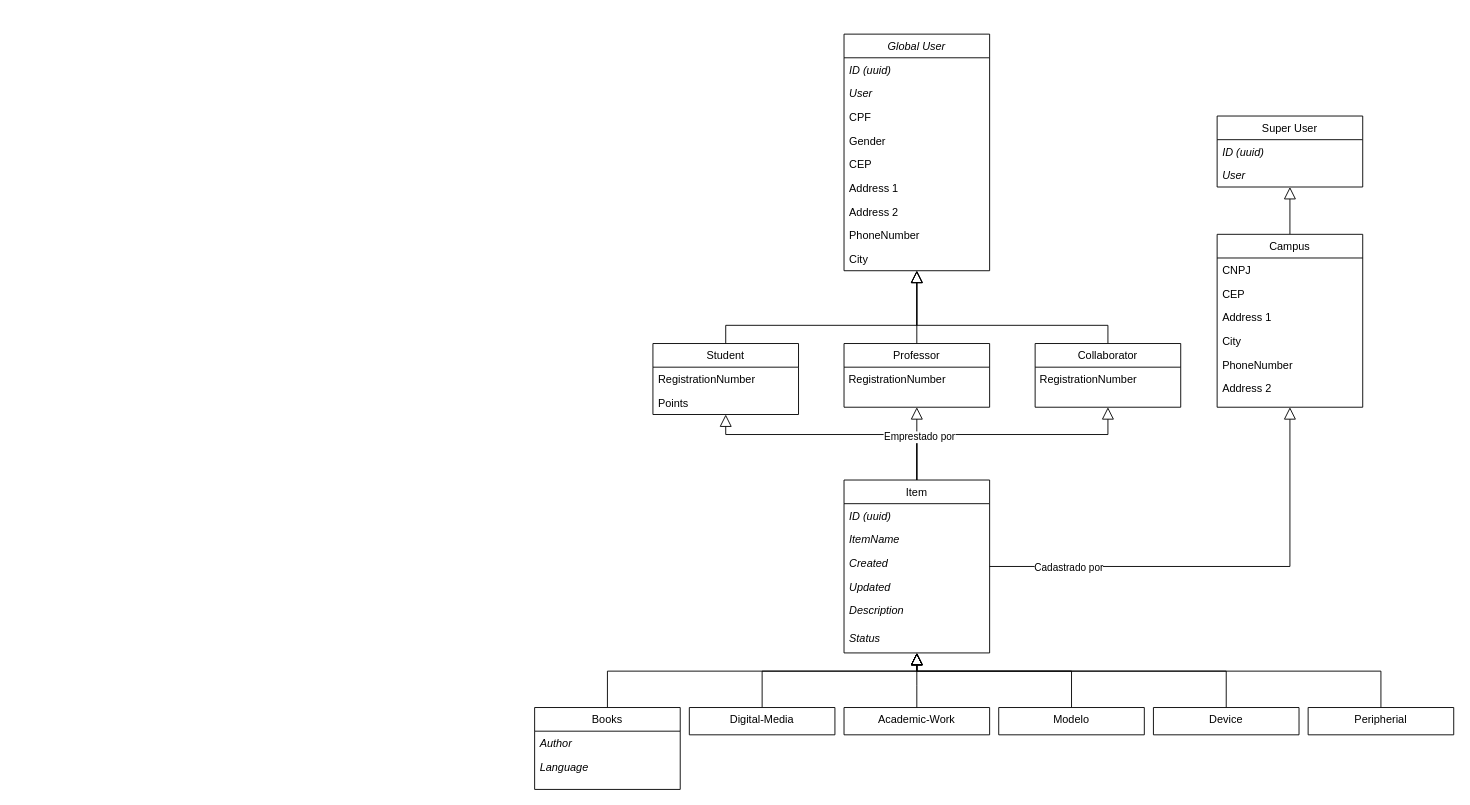
Above: Empresta_S.drawio in anthonphax/EngSoft2021 (draw.io), before the change. Source tidied: cells renumbered, new cells numbered last; positions are measured from the earlier drawing's top-left corner, leaving out a move shared by most shapes. Both pictures are drawn from the tidied source at 91%, with x=0, y=0 at pixel (534, 34).
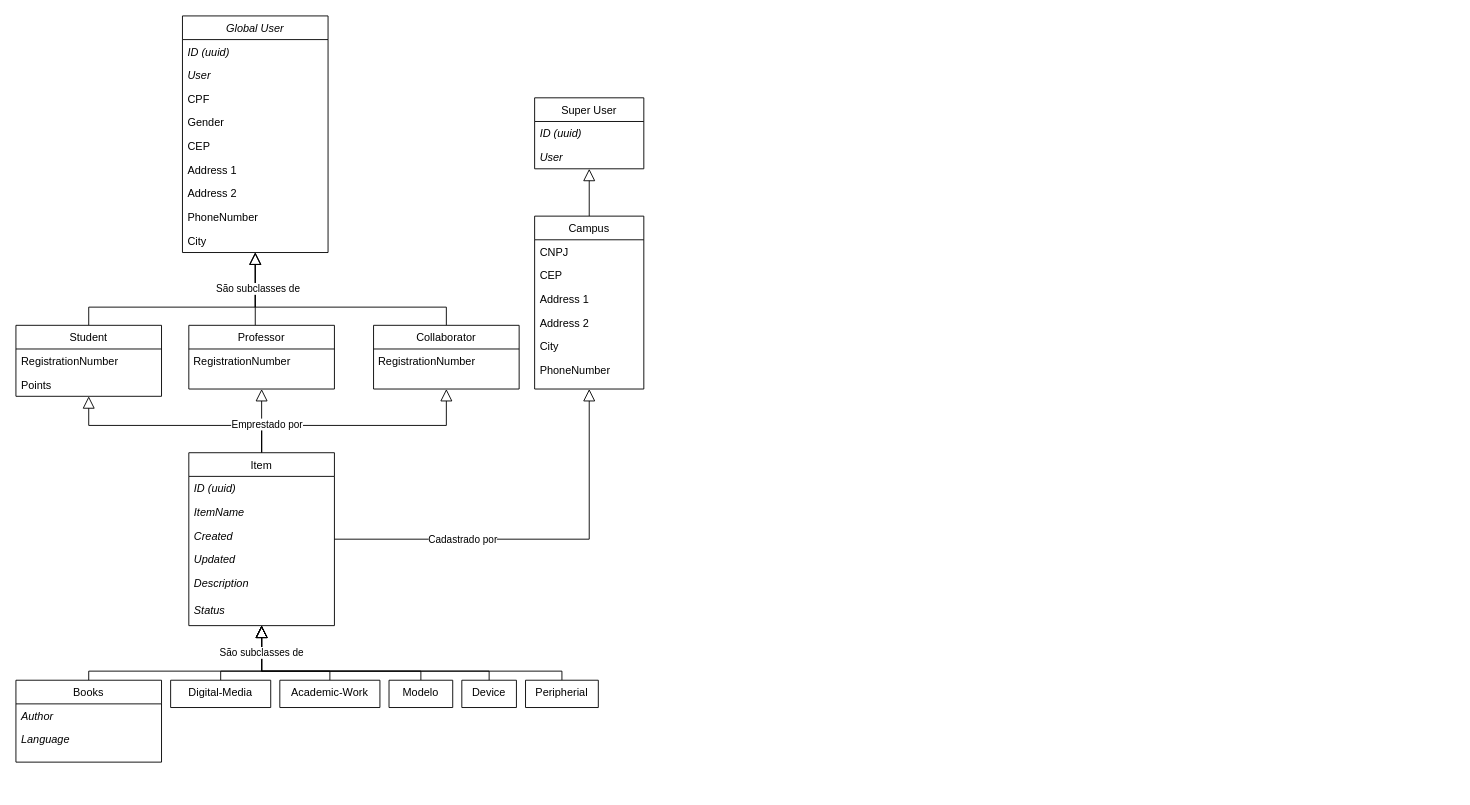
Above is the later version.

The change refers to these unchanged cells:
```xml
<mxCell id="34" style="edgeStyle=orthogonalEdgeStyle;rounded=0;jettySize=auto;html=1;entryX=0.5;entryY=1;entryDx=0;entryDy=0;startArrow=none;startFill=0;endArrow=block;endFill=0;startSize=0;endSize=11;strokeWidth=1;" parent="1" edge="1" source="36" target="23">
  <mxGeometry relative="1" as="geometry" />
</mxCell>
```

Change to the diagram source:
```diff
@@
+    <mxCell id="60" style="edgeStyle=orthogonalEdgeStyle;rounded=0;jettySize=auto;html=1;startArrow=none;startFill=0;endArrow=block;endFill=0;startSize=0;endSize=11;strokeWidth=1;" parent="1" edge="1" source="50" target="36">
+      <mxGeometry relative="1" as="geometry">
+        <Array as="points">
+          <mxPoint x="-225" y="700" />
+          <mxPoint x="-300" y="700" />
+        </Array>
+      </mxGeometry>
+    </mxCell>
+    <mxCell id="51" style="edgeStyle=orthogonalEdgeStyle;rounded=0;jettySize=auto;html=1;startArrow=none;startFill=0;endArrow=block;endFill=0;startSize=0;endSize=11;strokeWidth=1;" parent="1" edge="1" source="52" target="36">
+      <mxGeometry relative="1" as="geometry">
+        <Array as="points">
+          <mxPoint x="-125" y="700" />
+          <mxPoint x="-300" y="700" />
+        </Array>
+      </mxGeometry>
+    </mxCell>
+    <mxCell id="30" style="edgeStyle=orthogonalEdgeStyle;rounded=0;jettySize=auto;html=1;entryX=0.5;entryY=1;entryDx=0;entryDy=0;startArrow=none;startFill=0;endArrow=block;endFill=0;startSize=0;endSize=11;strokeWidth=1;" parent="1" edge="1" source="36" target="17">
+      <mxGeometry relative="1" as="geometry" />
+    </mxCell>
     <mxCell id="2" value="Global User" style="swimlane;fontStyle=2;align=center;verticalAlign=top;horizontal=1;startSize=26;rounded=0;shadow=0;strokeWidth=1;" parent="1" vertex="1">
-      <mxGeometry x="340" width="160" height="260" as="geometry" />
+      <mxGeometry x="-387" y="-20" width="160" height="260" as="geometry" />
     </mxCell>
@@
     <mxCell id="12" style="edgeStyle=orthogonalEdgeStyle;rounded=0;jettySize=auto;html=1;startArrow=none;startFill=0;endArrow=block;endFill=0;startSize=0;endSize=11;strokeWidth=1;" parent="1" edge="1" source="13">
       <mxGeometry relative="1" as="geometry">
-        <mxPoint x="420" y="260" as="targetPoint" />
+        <mxPoint x="-307" y="240" as="targetPoint" />
         <Array as="points">
-          <mxPoint x="210" y="320" />
-          <mxPoint x="420" y="320" />
+          <mxPoint x="-490" y="300" />
+          <mxPoint x="-307" y="300" />
         </Array>
       </mxGeometry>
     </mxCell>
     <mxCell id="13" value="Student" style="swimlane;fontStyle=0;align=center;verticalAlign=top;horizontal=1;startSize=26;rounded=0;shadow=0;strokeWidth=1;" parent="1" vertex="1">
-      <mxGeometry x="130" y="340" width="160" height="78" as="geometry" />
+      <mxGeometry x="-570" y="320" width="160" height="78" as="geometry" />
     </mxCell>
@@
     <mxCell id="16" style="edgeStyle=orthogonalEdgeStyle;rounded=0;jettySize=auto;html=1;entryX=0.5;entryY=1;entryDx=0;entryDy=0;startArrow=none;startFill=0;endArrow=block;endFill=0;startSize=0;endSize=11;strokeWidth=1;" parent="1" edge="1" source="17" target="2">
-      <mxGeometry relative="1" as="geometry" />
+      <mxGeometry relative="1" as="geometry">
+        <Array as="points">
+          <mxPoint x="-307" y="300" />
+          <mxPoint x="-307" y="300" />
+        </Array>
+      </mxGeometry>
     </mxCell>
     <mxCell id="17" value="Professor" style="swimlane;fontStyle=0;align=center;verticalAlign=top;horizontal=1;startSize=26;rounded=0;shadow=0;strokeWidth=1;" parent="1" vertex="1">
-      <mxGeometry x="340" y="340" width="160" height="70" as="geometry" />
+      <mxGeometry x="-380" y="320" width="160" height="70" as="geometry" />
     </mxCell>
@@
     <mxCell id="19" style="edgeStyle=orthogonalEdgeStyle;rounded=0;jettySize=auto;html=1;startArrow=none;startFill=0;endArrow=block;endFill=0;startSize=0;endSize=11;strokeWidth=1;" parent="1" edge="1" source="20">
       <mxGeometry relative="1" as="geometry">
-        <mxPoint x="420" y="260" as="targetPoint" />
+        <mxPoint x="-307" y="240" as="targetPoint" />
         <Array as="points">
-          <mxPoint x="630" y="320" />
-          <mxPoint x="420" y="320" />
+          <mxPoint x="-97" y="300" />
+          <mxPoint x="-307" y="300" />
         </Array>
       </mxGeometry>
     </mxCell>
+    <mxCell id="61" value="São subclasses de" style="edgeLabel;html=1;align=center;verticalAlign=middle;" parent="19" vertex="1">
+      <mxGeometry x="0.73" y="-2" relative="1" as="geometry" />
+    </mxCell>
     <mxCell id="20" value="Collaborator" style="swimlane;fontStyle=0;align=center;verticalAlign=top;horizontal=1;startSize=26;rounded=0;shadow=0;strokeWidth=1;" parent="1" vertex="1">
-      <mxGeometry x="550" y="340" width="160" height="70" as="geometry" />
+      <mxGeometry x="-177" y="320" width="160" height="70" as="geometry" />
     </mxCell>
@@
     <mxCell id="23" value="Campus" style="swimlane;fontStyle=0;align=center;verticalAlign=top;horizontal=1;startSize=26;rounded=0;shadow=0;strokeWidth=1;" parent="1" vertex="1">
-      <mxGeometry x="750" y="220" width="160" height="190" as="geometry" />
+      <mxGeometry y="200" width="120" height="190" as="geometry" />
     </mxCell>
     <mxCell id="24" value="CNPJ" style="text;align=left;verticalAlign=top;spacingLeft=4;spacingRight=4;overflow=hidden;rounded=0;shadow=0;html=0;" parent="23" vertex="1">
-      <mxGeometry y="26" width="160" height="26" as="geometry" />
+      <mxGeometry y="26" width="120" height="26" as="geometry" />
     </mxCell>
     <mxCell id="25" value="CEP" style="text;align=left;verticalAlign=top;spacingLeft=4;spacingRight=4;overflow=hidden;rounded=0;shadow=0;html=0;" parent="23" vertex="1">
-      <mxGeometry y="52" width="160" height="26" as="geometry" />
+      <mxGeometry y="52" width="120" height="26" as="geometry" />
     </mxCell>
     <mxCell id="26" value="Address 1" style="text;align=left;verticalAlign=top;spacingLeft=4;spacingRight=4;overflow=hidden;rounded=0;shadow=0;html=0;" parent="23" vertex="1">
-      <mxGeometry y="78" width="160" height="26" as="geometry" />
+      <mxGeometry y="78" width="120" height="26" as="geometry" />
     </mxCell>
+    <mxCell id="29" value="Address 2" style="text;align=left;verticalAlign=top;spacingLeft=4;spacingRight=4;overflow=hidden;rounded=0;shadow=0;html=0;" parent="23" vertex="1">
+      <mxGeometry y="104" width="120" height="26" as="geometry" />
+    </mxCell>
     <mxCell id="27" value="City" style="text;align=left;verticalAlign=top;spacingLeft=4;spacingRight=4;overflow=hidden;rounded=0;shadow=0;html=0;" parent="23" vertex="1">
-      <mxGeometry y="104" width="160" height="26" as="geometry" />
+      <mxGeometry y="130" width="120" height="26" as="geometry" />
     </mxCell>
     <mxCell id="28" value="PhoneNumber" style="text;align=left;verticalAlign=top;spacingLeft=4;spacingRight=4;overflow=hidden;rounded=0;shadow=0;html=0;" parent="23" vertex="1">
-      <mxGeometry y="130" width="160" height="26" as="geometry" />
+      <mxGeometry y="156" width="120" height="26" as="geometry" />
     </mxCell>
-    <mxCell id="29" value="Address 2" style="text;align=left;verticalAlign=top;spacingLeft=4;spacingRight=4;overflow=hidden;rounded=0;shadow=0;html=0;" parent="23" vertex="1">
-      <mxGeometry y="156" width="160" height="26" as="geometry" />
-    </mxCell>
-    <mxCell id="30" style="edgeStyle=orthogonalEdgeStyle;rounded=0;jettySize=auto;html=1;entryX=0.5;entryY=1;entryDx=0;entryDy=0;startArrow=none;startFill=0;endArrow=block;endFill=0;startSize=0;endSize=11;strokeWidth=1;" parent="1" edge="1" source="36" target="17">
-      <mxGeometry relative="1" as="geometry">
-        <Array as="points">
-          <mxPoint x="420" y="440" />
-        </Array>
-      </mxGeometry>
-    </mxCell>
     <mxCell id="31" style="edgeStyle=orthogonalEdgeStyle;rounded=0;jettySize=auto;html=1;entryX=0.5;entryY=1;entryDx=0;entryDy=0;startArrow=none;startFill=0;endArrow=block;endFill=0;startSize=0;endSize=11;strokeWidth=1;" parent="1" edge="1" source="36" target="20">
       <mxGeometry relative="1" as="geometry">
         <Array as="points">
-          <mxPoint x="630" y="440" />
+          <mxPoint x="-300" y="430" />
+          <mxPoint x="-97" y="430" />
         </Array>
       </mxGeometry>
     </mxCell>
     <mxCell id="32" style="edgeStyle=orthogonalEdgeStyle;rounded=0;jettySize=auto;html=1;entryX=0.5;entryY=1;entryDx=0;entryDy=0;startArrow=none;startFill=0;endArrow=block;endFill=0;startSize=0;endSize=11;strokeWidth=1;" parent="1" edge="1" source="36" target="13">
       <mxGeometry relative="1" as="geometry">
         <Array as="points">
-          <mxPoint x="420" y="440" />
-          <mxPoint x="210" y="440" />
+          <mxPoint x="-300" y="430" />
+          <mxPoint x="-490" y="430" />
         </Array>
       </mxGeometry>
     </mxCell>
     <mxCell id="33" value="Emprestado por" style="edgeLabel;html=1;align=center;verticalAlign=middle;" parent="32" vertex="1">
-      <mxGeometry x="-0.66" y="-2" relative="1" as="geometry" />
+      <mxGeometry x="-0.66" y="-2" relative="1" as="geometry">
+        <mxPoint x="18" as="offset" />
+      </mxGeometry>
     </mxCell>
@@
     <mxCell id="35" value="Cadastrado por" style="edgeLabel;html=1;align=center;verticalAlign=middle;" parent="34" vertex="1">
-      <mxGeometry x="-0.66" relative="1" as="geometry" />
+      <mxGeometry x="-0.66" relative="1" as="geometry">
+        <mxPoint x="64" as="offset" />
+      </mxGeometry>
     </mxCell>
     <mxCell id="36" value="Item" style="swimlane;fontStyle=0;align=center;verticalAlign=top;horizontal=1;startSize=26;rounded=0;shadow=0;strokeWidth=1;" parent="1" vertex="1">
-      <mxGeometry x="340" y="490" width="160" height="190" as="geometry" />
+      <mxGeometry x="-380" y="460" width="160" height="190" as="geometry" />
     </mxCell>
@@
-    <mxCell id="43" style="edgeStyle=orthogonalEdgeStyle;rounded=0;jettySize=auto;html=1;entryX=0.5;entryY=1;entryDx=0;entryDy=0;startArrow=none;startFill=0;endArrow=block;endFill=0;startSize=0;endSize=11;strokeWidth=1;" parent="1" edge="1" source="44" target="36">
+    <mxCell id="43" style="edgeStyle=orthogonalEdgeStyle;rounded=0;jettySize=auto;html=1;startArrow=none;startFill=0;endArrow=block;endFill=0;startSize=0;endSize=11;strokeWidth=1;" parent="1" edge="1" source="44" target="36">
       <mxGeometry relative="1" as="geometry">
         <Array as="points">
-          <mxPoint x="80" y="700" />
-          <mxPoint x="420" y="700" />
+          <mxPoint x="-490" y="700" />
+          <mxPoint x="-300" y="700" />
         </Array>
       </mxGeometry>
     </mxCell>
     <mxCell id="44" value="Books" style="swimlane;fontStyle=0;align=center;verticalAlign=top;horizontal=1;startSize=26;rounded=0;shadow=0;strokeWidth=1;" parent="1" vertex="1">
-      <mxGeometry y="740" width="160" height="90" as="geometry" />
+      <mxGeometry x="-570" y="710" width="160" height="90" as="geometry" />
     </mxCell>
@@
     <mxCell id="47" style="edgeStyle=orthogonalEdgeStyle;rounded=0;jettySize=auto;html=1;startArrow=none;startFill=0;endArrow=block;endFill=0;startSize=0;endSize=11;strokeWidth=1;" parent="1" edge="1" source="48" target="36">
       <mxGeometry relative="1" as="geometry">
         <Array as="points">
-          <mxPoint x="250" y="700" />
-          <mxPoint x="420" y="700" />
+          <mxPoint x="-345" y="700" />
+          <mxPoint x="-300" y="700" />
         </Array>
       </mxGeometry>
     </mxCell>
     <mxCell id="48" value="Digital-Media" style="swimlane;fontStyle=0;align=center;verticalAlign=top;horizontal=1;startSize=60;rounded=0;shadow=0;strokeWidth=1;" parent="1" vertex="1">
-      <mxGeometry x="170" y="740" width="160" height="30" as="geometry" />
+      <mxGeometry x="-400" y="710" width="110" height="30" as="geometry" />
     </mxCell>
-    <mxCell id="49" style="edgeStyle=orthogonalEdgeStyle;rounded=0;jettySize=auto;html=1;startArrow=none;startFill=0;endArrow=block;endFill=0;startSize=0;endSize=11;strokeWidth=1;" parent="1" edge="1" source="50">
-      <mxGeometry relative="1" as="geometry">
-        <mxPoint x="420" y="680" as="targetPoint" />
-      </mxGeometry>
-    </mxCell>
     <mxCell id="50" value="Academic-Work" style="swimlane;fontStyle=0;align=center;verticalAlign=top;horizontal=1;startSize=30;rounded=0;shadow=0;strokeWidth=1;" parent="1" vertex="1">
-      <mxGeometry x="340" y="740" width="160" height="30" as="geometry" />
+      <mxGeometry x="-280" y="710" width="110" height="30" as="geometry" />
     </mxCell>
-    <mxCell id="51" style="edgeStyle=orthogonalEdgeStyle;rounded=0;jettySize=auto;html=1;startArrow=none;startFill=0;endArrow=block;endFill=0;startSize=0;endSize=11;strokeWidth=1;" parent="1" edge="1" source="52" target="36">
-      <mxGeometry relative="1" as="geometry">
-        <Array as="points">
-          <mxPoint x="590" y="700" />
-          <mxPoint x="420" y="700" />
-        </Array>
-      </mxGeometry>
-    </mxCell>
     <mxCell id="52" value="Modelo" style="swimlane;fontStyle=0;align=center;verticalAlign=top;horizontal=1;startSize=30;rounded=0;shadow=0;strokeWidth=1;" parent="1" vertex="1">
-      <mxGeometry x="510" y="740" width="160" height="30" as="geometry" />
+      <mxGeometry x="-160" y="710" width="70" height="30" as="geometry" />
     </mxCell>
     <mxCell id="53" style="edgeStyle=orthogonalEdgeStyle;rounded=0;jettySize=auto;html=1;startArrow=none;startFill=0;endArrow=block;endFill=0;startSize=0;endSize=11;strokeWidth=1;" parent="1" edge="1" source="54" target="36">
       <mxGeometry relative="1" as="geometry">
         <Array as="points">
-          <mxPoint x="760" y="700" />
-          <mxPoint x="420" y="700" />
+          <mxPoint x="-50" y="700" />
+          <mxPoint x="-300" y="700" />
         </Array>
       </mxGeometry>
     </mxCell>
     <mxCell id="54" value="Device" style="swimlane;fontStyle=0;align=center;verticalAlign=top;horizontal=1;startSize=30;rounded=0;shadow=0;strokeWidth=1;" parent="1" vertex="1">
-      <mxGeometry x="680" y="740" width="160" height="30" as="geometry" />
+      <mxGeometry x="-80" y="710" width="60" height="30" as="geometry" />
     </mxCell>
     <mxCell id="55" style="edgeStyle=orthogonalEdgeStyle;rounded=0;jettySize=auto;html=1;startArrow=none;startFill=0;endArrow=block;endFill=0;startSize=0;endSize=11;strokeWidth=1;" parent="1" edge="1" source="56" target="36">
       <mxGeometry relative="1" as="geometry">
         <Array as="points">
-          <mxPoint x="930" y="700" />
-          <mxPoint x="420" y="700" />
+          <mxPoint x="30" y="700" />
+          <mxPoint x="-300" y="700" />
         </Array>
       </mxGeometry>
     </mxCell>
+    <mxCell id="62" value="São subclasses de" style="edgeLabel;html=1;align=center;verticalAlign=middle;" parent="55" vertex="1">
+      <mxGeometry x="0.85" y="1" relative="1" as="geometry" />
+    </mxCell>
     <mxCell id="56" value="Peripherial" style="swimlane;fontStyle=0;align=center;verticalAlign=top;horizontal=1;startSize=30;rounded=0;shadow=0;strokeWidth=1;" parent="1" vertex="1">
-      <mxGeometry x="850" y="740" width="160" height="30" as="geometry" />
+      <mxGeometry x="-10" y="710" width="80" height="30" as="geometry" />
     </mxCell>
     <mxCell id="57" value="Super User" style="swimlane;fontStyle=0;align=center;verticalAlign=top;horizontal=1;startSize=26;rounded=0;shadow=0;strokeWidth=1;" parent="1" vertex="1">
-      <mxGeometry x="750" y="90" width="160" height="78" as="geometry" />
+      <mxGeometry y="70" width="120" height="78" as="geometry" />
     </mxCell>
     <mxCell id="58" value="ID (uuid)" style="text;align=left;verticalAlign=top;spacingLeft=4;spacingRight=4;overflow=hidden;fontStyle=2;" parent="57" vertex="1">
-      <mxGeometry y="26" width="160" height="26" as="geometry" />
+      <mxGeometry y="26" width="120" height="26" as="geometry" />
     </mxCell>
     <mxCell id="59" value="User" style="text;align=left;verticalAlign=top;spacingLeft=4;spacingRight=4;overflow=hidden;fontStyle=2;" parent="57" vertex="1">
-      <mxGeometry y="52" width="160" height="26" as="geometry" />
+      <mxGeometry y="52" width="120" height="26" as="geometry" />
     </mxCell>
```
